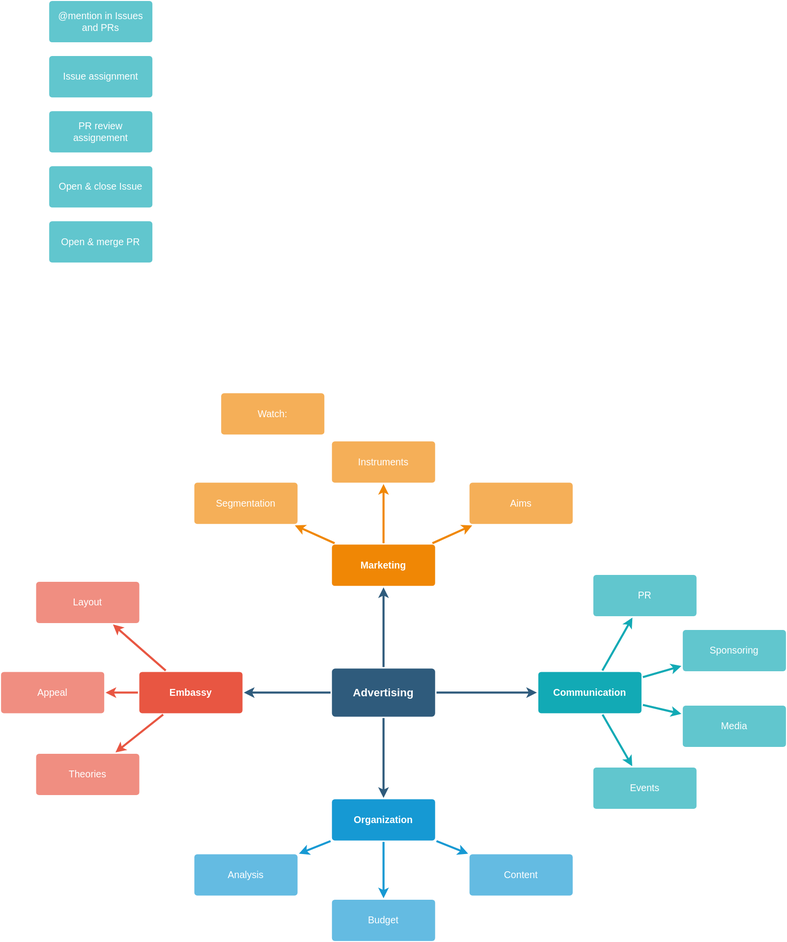
Sage-Bionetworks/sage-monorepo keeps this draw.io diagram as docs/drawio/diagrams/notification-graph.drawio.svg. Above is the earlier version. Source tidied: cells renumbered, new cells last; positions are measured from the earlier drawing's top-left corner, leaving out a move shared by most shapes.
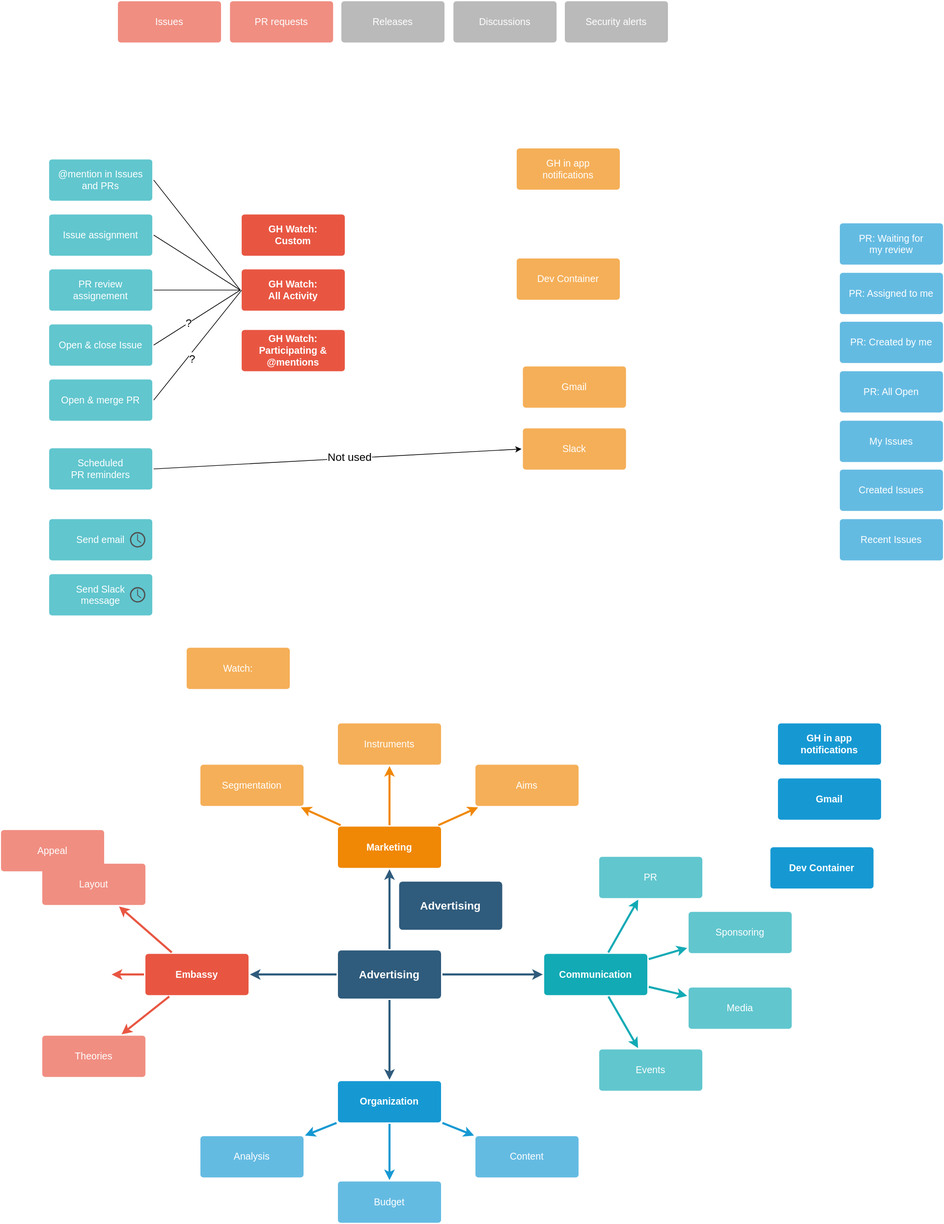
After the change.

Diff of the diagram source:
```diff
@@ -20,8 +20,10 @@
     <mxCell id="7" style="edgeStyle=none;rounded=1;jumpStyle=none;html=1;shadow=0;labelBackgroundColor=none;startArrow=none;startFill=0;jettySize=auto;strokeColor=#E85642;strokeWidth=3;fontFamily=Helvetica;fontSize=14;fontColor=#FFFFFF;spacing=5;fontStyle=1;fillColor=#b0e3e6;" parent="1" edge="1" source="10" target="13">
       <mxGeometry relative="1" as="geometry" />
     </mxCell>
-    <mxCell id="8" style="edgeStyle=none;rounded=1;jumpStyle=none;html=1;shadow=0;labelBackgroundColor=none;startArrow=none;startFill=0;jettySize=auto;strokeColor=#E85642;strokeWidth=3;fontFamily=Helvetica;fontSize=14;fontColor=#FFFFFF;spacing=5;fontStyle=1;fillColor=#b0e3e6;" parent="1" edge="1" source="10" target="12">
-      <mxGeometry relative="1" as="geometry" />
+    <mxCell id="8" style="edgeStyle=none;rounded=1;jumpStyle=none;html=1;shadow=0;labelBackgroundColor=none;startArrow=none;startFill=0;jettySize=auto;strokeColor=#E85642;strokeWidth=3;fontFamily=Helvetica;fontSize=14;fontColor=#FFFFFF;spacing=5;fontStyle=1;fillColor=#b0e3e6;" parent="1" edge="1" source="10">
+      <mxGeometry relative="1" as="geometry">
+        <mxPoint x="152" y="1005" as="targetPoint" />
+      </mxGeometry>
     </mxCell>
     <mxCell id="9" style="edgeStyle=none;rounded=1;jumpStyle=none;html=1;shadow=0;labelBackgroundColor=none;startArrow=none;startFill=0;jettySize=auto;strokeColor=#E85642;strokeWidth=3;fontFamily=Helvetica;fontSize=14;fontColor=#FFFFFF;spacing=5;fontStyle=1;fillColor=#b0e3e6;" parent="1" edge="1" source="10" target="11">
       <mxGeometry relative="1" as="geometry" />
@@ -33,7 +35,7 @@
       <mxGeometry x="51" y="1094" width="150" height="60" as="geometry" />
     </mxCell>
     <mxCell id="12" value="Appeal" style="rounded=1;whiteSpace=wrap;html=1;shadow=0;labelBackgroundColor=none;strokeColor=none;strokeWidth=3;fillColor=#f08e81;fontFamily=Helvetica;fontSize=14;fontColor=#FFFFFF;align=center;spacing=5;fontStyle=0;arcSize=7;perimeterSpacing=2;" parent="1" vertex="1">
-      <mxGeometry y="975" width="150" height="60" as="geometry" />
+      <mxGeometry x="-9" y="795" width="150" height="60" as="geometry" />
     </mxCell>
     <mxCell id="13" value="Layout" style="rounded=1;whiteSpace=wrap;html=1;shadow=0;labelBackgroundColor=none;strokeColor=none;strokeWidth=3;fillColor=#f08e81;fontFamily=Helvetica;fontSize=14;fontColor=#FFFFFF;align=center;spacing=5;fontStyle=0;arcSize=7;perimeterSpacing=2;" parent="1" vertex="1">
       <mxGeometry x="51" y="844" width="150" height="60" as="geometry" />
@@ -107,23 +109,136 @@
     <mxCell id="36" style="edgeStyle=none;rounded=1;jumpStyle=none;html=1;shadow=0;labelBackgroundColor=none;startArrow=none;startFill=0;jettySize=auto;strokeColor=#12AAB5;strokeWidth=3;fontFamily=Helvetica;fontSize=14;fontColor=#FFFFFF;spacing=5;fontStyle=1;fillColor=#b0e3e6;" parent="1" edge="1" source="28" target="35">
       <mxGeometry relative="1" as="geometry" />
     </mxCell>
+    <mxCell id="43" style="edgeStyle=none;rounded=0;jettySize=auto;html=1;exitX=1;exitY=0.5;exitDx=0;exitDy=0;entryX=0;entryY=0.5;entryDx=0;entryDy=0;endArrow=none;endFill=0;" parent="1" edge="1" source="37" target="54">
+      <mxGeometry relative="1" as="geometry" />
+    </mxCell>
     <mxCell id="37" value="@mention in Issues and PRs" style="rounded=1;whiteSpace=wrap;html=1;shadow=0;labelBackgroundColor=none;strokeColor=none;strokeWidth=3;fillColor=#61c6ce;fontFamily=Helvetica;fontSize=14;fontColor=#FFFFFF;align=center;spacing=5;fontStyle=0;arcSize=7;perimeterSpacing=2;" parent="1" vertex="1">
-      <mxGeometry x="70" width="150" height="60" as="geometry" />
+      <mxGeometry x="61" y="-180" width="150" height="60" as="geometry" />
     </mxCell>
+    <mxCell id="44" style="edgeStyle=none;rounded=0;jettySize=auto;html=1;exitX=1;exitY=0.5;exitDx=0;exitDy=0;entryX=0;entryY=0.5;entryDx=0;entryDy=0;endArrow=none;endFill=0;" parent="1" edge="1" source="38" target="54">
+      <mxGeometry relative="1" as="geometry" />
+    </mxCell>
     <mxCell id="38" value="Issue assignment" style="rounded=1;whiteSpace=wrap;html=1;shadow=0;labelBackgroundColor=none;strokeColor=none;strokeWidth=3;fillColor=#61c6ce;fontFamily=Helvetica;fontSize=14;fontColor=#FFFFFF;align=center;spacing=5;fontStyle=0;arcSize=7;perimeterSpacing=2;" parent="1" vertex="1">
-      <mxGeometry x="70" y="80" width="150" height="60" as="geometry" />
+      <mxGeometry x="61" y="-100" width="150" height="60" as="geometry" />
     </mxCell>
+    <mxCell id="45" style="edgeStyle=none;rounded=0;jettySize=auto;html=1;exitX=1;exitY=0.5;exitDx=0;exitDy=0;entryX=0;entryY=0.5;entryDx=0;entryDy=0;endArrow=none;endFill=0;" parent="1" edge="1" source="39" target="54">
+      <mxGeometry relative="1" as="geometry" />
+    </mxCell>
     <mxCell id="39" value="PR review assignement" style="rounded=1;whiteSpace=wrap;html=1;shadow=0;labelBackgroundColor=none;strokeColor=none;strokeWidth=3;fillColor=#61c6ce;fontFamily=Helvetica;fontSize=14;fontColor=#FFFFFF;align=center;spacing=5;fontStyle=0;arcSize=7;perimeterSpacing=2;" parent="1" vertex="1">
-      <mxGeometry x="70" y="160" width="150" height="60" as="geometry" />
+      <mxGeometry x="61" y="-20" width="150" height="60" as="geometry" />
     </mxCell>
+    <mxCell id="46" style="edgeStyle=none;rounded=0;jettySize=auto;html=1;exitX=1;exitY=0.5;exitDx=0;exitDy=0;entryX=0;entryY=0.5;entryDx=0;entryDy=0;endArrow=none;endFill=0;" parent="1" edge="1" source="40" target="54">
+      <mxGeometry relative="1" as="geometry" />
+    </mxCell>
+    <mxCell id="47" value="?" style="edgeLabel;html=1;align=center;verticalAlign=middle;fontSize=16;" parent="46" vertex="1">
+      <mxGeometry x="-0.2" relative="1" as="geometry" />
+    </mxCell>
     <mxCell id="40" value="Open &amp;amp; close Issue" style="rounded=1;whiteSpace=wrap;html=1;shadow=0;labelBackgroundColor=none;strokeColor=none;strokeWidth=3;fillColor=#61c6ce;fontFamily=Helvetica;fontSize=14;fontColor=#FFFFFF;align=center;spacing=5;fontStyle=0;arcSize=7;perimeterSpacing=2;" parent="1" vertex="1">
-      <mxGeometry x="70" y="240" width="150" height="60" as="geometry" />
+      <mxGeometry x="61" y="60" width="150" height="60" as="geometry" />
     </mxCell>
+    <mxCell id="48" style="edgeStyle=none;rounded=0;jettySize=auto;html=1;exitX=1;exitY=0.5;exitDx=0;exitDy=0;endArrow=none;endFill=0;" parent="1" edge="1" source="41">
+      <mxGeometry relative="1" as="geometry">
+        <mxPoint x="341" y="10" as="targetPoint" />
+      </mxGeometry>
+    </mxCell>
+    <mxCell id="49" value="&lt;font style=&quot;font-size: 16px;&quot;&gt;?&lt;/font&gt;" style="edgeLabel;html=1;align=center;verticalAlign=middle;" parent="48" vertex="1">
+      <mxGeometry x="-0.2" y="-5" relative="1" as="geometry" />
+    </mxCell>
     <mxCell id="41" value="Open &amp;amp; merge PR" style="rounded=1;whiteSpace=wrap;html=1;shadow=0;labelBackgroundColor=none;strokeColor=none;strokeWidth=3;fillColor=#61c6ce;fontFamily=Helvetica;fontSize=14;fontColor=#FFFFFF;align=center;spacing=5;fontStyle=0;arcSize=7;perimeterSpacing=2;" parent="1" vertex="1">
-      <mxGeometry x="70" y="320" width="150" height="60" as="geometry" />
+      <mxGeometry x="61" y="140" width="150" height="60" as="geometry" />
     </mxCell>
     <mxCell id="42" value="Watch: " style="rounded=1;whiteSpace=wrap;html=1;shadow=0;labelBackgroundColor=none;strokeColor=none;strokeWidth=3;fillColor=#f5af58;fontFamily=Helvetica;fontSize=14;fontColor=#FFFFFF;align=center;spacing=5;arcSize=7;perimeterSpacing=2;" parent="1" vertex="1">
-      <mxGeometry x="320" y="570" width="150" height="60" as="geometry" />
+      <mxGeometry x="261" y="530" width="150" height="60" as="geometry" />
     </mxCell>
+    <mxCell id="50" value="GH in app&lt;br&gt;notifications" style="rounded=1;whiteSpace=wrap;html=1;shadow=0;labelBackgroundColor=none;strokeColor=none;strokeWidth=3;fillColor=#f5af58;fontFamily=Helvetica;fontSize=14;fontColor=#FFFFFF;align=center;spacing=5;arcSize=7;perimeterSpacing=2;" parent="1" vertex="1">
+      <mxGeometry x="741" y="-196" width="150" height="60" as="geometry" />
+    </mxCell>
+    <mxCell id="51" value="Gmail" style="rounded=1;whiteSpace=wrap;html=1;shadow=0;labelBackgroundColor=none;strokeColor=none;strokeWidth=3;fillColor=#f5af58;fontFamily=Helvetica;fontSize=14;fontColor=#FFFFFF;align=center;spacing=5;arcSize=7;perimeterSpacing=2;" parent="1" vertex="1">
+      <mxGeometry x="750" y="121" width="150" height="60" as="geometry" />
+    </mxCell>
+    <mxCell id="52" value="Dev Container" style="rounded=1;whiteSpace=wrap;html=1;shadow=0;labelBackgroundColor=none;strokeColor=none;strokeWidth=3;fillColor=#f5af58;fontFamily=Helvetica;fontSize=14;fontColor=#FFFFFF;align=center;spacing=5;arcSize=7;perimeterSpacing=2;" parent="1" vertex="1">
+      <mxGeometry x="741" y="-36" width="150" height="60" as="geometry" />
+    </mxCell>
+    <mxCell id="53" value="Advertising" style="rounded=1;whiteSpace=wrap;html=1;shadow=0;labelBackgroundColor=none;strokeColor=none;strokeWidth=3;fillColor=#2F5B7C;fontFamily=Helvetica;fontSize=16;fontColor=#FFFFFF;align=center;fontStyle=1;spacing=5;arcSize=7;perimeterSpacing=2;" parent="1" vertex="1">
+      <mxGeometry x="570" y="870" width="150" height="70" as="geometry" />
+    </mxCell>
+    <mxCell id="54" value="GH Watch:&lt;br&gt;All Activity" style="rounded=1;whiteSpace=wrap;html=1;shadow=0;labelBackgroundColor=none;strokeColor=none;strokeWidth=3;fillColor=#e85642;fontFamily=Helvetica;fontSize=14;fontColor=#FFFFFF;align=center;spacing=5;fontStyle=1;arcSize=7;perimeterSpacing=2;" parent="1" vertex="1">
+      <mxGeometry x="341" y="-20" width="150" height="60" as="geometry" />
+    </mxCell>
+    <mxCell id="55" value="Dev Container" style="rounded=1;whiteSpace=wrap;html=1;shadow=0;labelBackgroundColor=none;strokeColor=none;strokeWidth=3;fillColor=#1699d3;fontFamily=Helvetica;fontSize=14;fontColor=#FFFFFF;align=center;spacing=5;fontStyle=1;arcSize=7;perimeterSpacing=2;" parent="1" vertex="1">
+      <mxGeometry x="1110" y="820" width="150" height="60" as="geometry" />
+    </mxCell>
+    <mxCell id="56" value="My Issues" style="rounded=1;whiteSpace=wrap;html=1;shadow=0;labelBackgroundColor=none;strokeColor=none;strokeWidth=3;fillColor=#64bbe2;fontFamily=Helvetica;fontSize=14;fontColor=#FFFFFF;align=center;spacing=5;arcSize=7;perimeterSpacing=2;" parent="1" vertex="1">
+      <mxGeometry x="1211" y="200" width="150" height="60" as="geometry" />
+    </mxCell>
+    <mxCell id="57" value="Created Issues" style="rounded=1;whiteSpace=wrap;html=1;shadow=0;labelBackgroundColor=none;strokeColor=none;strokeWidth=3;fillColor=#64bbe2;fontFamily=Helvetica;fontSize=14;fontColor=#FFFFFF;align=center;spacing=5;arcSize=7;perimeterSpacing=2;" parent="1" vertex="1">
+      <mxGeometry x="1211" y="271" width="150" height="60" as="geometry" />
+    </mxCell>
+    <mxCell id="58" value="Recent Issues" style="rounded=1;whiteSpace=wrap;html=1;shadow=0;labelBackgroundColor=none;strokeColor=none;strokeWidth=3;fillColor=#64bbe2;fontFamily=Helvetica;fontSize=14;fontColor=#FFFFFF;align=center;spacing=5;arcSize=7;perimeterSpacing=2;" parent="1" vertex="1">
+      <mxGeometry x="1211" y="343" width="150" height="60" as="geometry" />
+    </mxCell>
+    <mxCell id="59" value="PR: Assigned to me" style="rounded=1;whiteSpace=wrap;html=1;shadow=0;labelBackgroundColor=none;strokeColor=none;strokeWidth=3;fillColor=#64bbe2;fontFamily=Helvetica;fontSize=14;fontColor=#FFFFFF;align=center;spacing=5;arcSize=7;perimeterSpacing=2;" parent="1" vertex="1">
+      <mxGeometry x="1211" y="-15" width="150" height="60" as="geometry" />
+    </mxCell>
+    <mxCell id="60" value="PR: Created by me" style="rounded=1;whiteSpace=wrap;html=1;shadow=0;labelBackgroundColor=none;strokeColor=none;strokeWidth=3;fillColor=#64bbe2;fontFamily=Helvetica;fontSize=14;fontColor=#FFFFFF;align=center;spacing=5;arcSize=7;perimeterSpacing=2;" parent="1" vertex="1">
+      <mxGeometry x="1211" y="56" width="150" height="60" as="geometry" />
+    </mxCell>
+    <mxCell id="61" value="PR: Waiting for&lt;br&gt;my review" style="rounded=1;whiteSpace=wrap;html=1;shadow=0;labelBackgroundColor=none;strokeColor=none;strokeWidth=3;fillColor=#64bbe2;fontFamily=Helvetica;fontSize=14;fontColor=#FFFFFF;align=center;spacing=5;arcSize=7;perimeterSpacing=2;" parent="1" vertex="1">
+      <mxGeometry x="1211" y="-87" width="150" height="60" as="geometry" />
+    </mxCell>
+    <mxCell id="62" value="PR: All Open" style="rounded=1;whiteSpace=wrap;html=1;shadow=0;labelBackgroundColor=none;strokeColor=none;strokeWidth=3;fillColor=#64bbe2;fontFamily=Helvetica;fontSize=14;fontColor=#FFFFFF;align=center;spacing=5;arcSize=7;perimeterSpacing=2;" parent="1" vertex="1">
+      <mxGeometry x="1211" y="128" width="150" height="60" as="geometry" />
+    </mxCell>
+    <mxCell id="63" value="Gmail" style="rounded=1;whiteSpace=wrap;html=1;shadow=0;labelBackgroundColor=none;strokeColor=none;strokeWidth=3;fillColor=#1699d3;fontFamily=Helvetica;fontSize=14;fontColor=#FFFFFF;align=center;spacing=5;fontStyle=1;arcSize=7;perimeterSpacing=2;" parent="1" vertex="1">
+      <mxGeometry x="1121" y="720" width="150" height="60" as="geometry" />
+    </mxCell>
+    <mxCell id="64" value="GH in app&lt;br&gt;notifications" style="rounded=1;whiteSpace=wrap;html=1;shadow=0;labelBackgroundColor=none;strokeColor=none;strokeWidth=3;fillColor=#1699d3;fontFamily=Helvetica;fontSize=14;fontColor=#FFFFFF;align=center;spacing=5;fontStyle=1;arcSize=7;perimeterSpacing=2;" parent="1" vertex="1">
+      <mxGeometry x="1121" y="640" width="150" height="60" as="geometry" />
+    </mxCell>
+    <mxCell id="65" value="GH Watch:&lt;br&gt;Participating &amp;amp; @mentions" style="rounded=1;whiteSpace=wrap;html=1;shadow=0;labelBackgroundColor=none;strokeColor=none;strokeWidth=3;fillColor=#e85642;fontFamily=Helvetica;fontSize=14;fontColor=#FFFFFF;align=center;spacing=5;fontStyle=1;arcSize=7;perimeterSpacing=2;" parent="1" vertex="1">
+      <mxGeometry x="341" y="68" width="150" height="60" as="geometry" />
+    </mxCell>
+    <mxCell id="66" value="Issues" style="rounded=1;whiteSpace=wrap;html=1;shadow=0;labelBackgroundColor=none;strokeColor=none;strokeWidth=3;fillColor=#f08e81;fontFamily=Helvetica;fontSize=14;fontColor=#FFFFFF;align=center;spacing=5;fontStyle=0;arcSize=7;perimeterSpacing=2;" parent="1" vertex="1">
+      <mxGeometry x="161" y="-410" width="150" height="60" as="geometry" />
+    </mxCell>
+    <mxCell id="67" value="GH Watch:&lt;br&gt;Custom" style="rounded=1;whiteSpace=wrap;html=1;shadow=0;labelBackgroundColor=none;strokeColor=none;strokeWidth=3;fillColor=#e85642;fontFamily=Helvetica;fontSize=14;fontColor=#FFFFFF;align=center;spacing=5;fontStyle=1;arcSize=7;perimeterSpacing=2;" parent="1" vertex="1">
+      <mxGeometry x="341" y="-100" width="150" height="60" as="geometry" />
+    </mxCell>
+    <mxCell id="68" value="PR requests" style="rounded=1;whiteSpace=wrap;html=1;shadow=0;labelBackgroundColor=none;strokeColor=none;strokeWidth=3;fillColor=#f08e81;fontFamily=Helvetica;fontSize=14;fontColor=#FFFFFF;align=center;spacing=5;fontStyle=0;arcSize=7;perimeterSpacing=2;" parent="1" vertex="1">
+      <mxGeometry x="324" y="-410" width="150" height="60" as="geometry" />
+    </mxCell>
+    <mxCell id="69" value="Releases" style="rounded=1;whiteSpace=wrap;html=1;shadow=0;labelBackgroundColor=none;strokeColor=none;strokeWidth=3;fillColor=#BABABA;fontFamily=Helvetica;fontSize=14;fontColor=#FFFFFF;align=center;spacing=5;fontStyle=0;arcSize=7;perimeterSpacing=2;" parent="1" vertex="1">
+      <mxGeometry x="486" y="-410" width="150" height="60" as="geometry" />
+    </mxCell>
+    <mxCell id="70" value="Discussions" style="rounded=1;whiteSpace=wrap;html=1;shadow=0;labelBackgroundColor=none;strokeColor=none;strokeWidth=3;fillColor=#BABABA;fontFamily=Helvetica;fontSize=14;fontColor=#FFFFFF;align=center;spacing=5;fontStyle=0;arcSize=7;perimeterSpacing=2;" parent="1" vertex="1">
+      <mxGeometry x="649" y="-410" width="150" height="60" as="geometry" />
+    </mxCell>
+    <mxCell id="71" value="Security alerts" style="rounded=1;whiteSpace=wrap;html=1;shadow=0;labelBackgroundColor=none;strokeColor=none;strokeWidth=3;fillColor=#BABABA;fontFamily=Helvetica;fontSize=14;fontColor=#FFFFFF;align=center;spacing=5;fontStyle=0;arcSize=7;perimeterSpacing=2;" parent="1" vertex="1">
+      <mxGeometry x="811" y="-410" width="150" height="60" as="geometry" />
+    </mxCell>
+    <mxCell id="72" value="Send email" style="rounded=1;whiteSpace=wrap;html=1;shadow=0;labelBackgroundColor=none;strokeColor=none;strokeWidth=3;fillColor=#61c6ce;fontFamily=Helvetica;fontSize=14;fontColor=#FFFFFF;align=center;spacing=5;fontStyle=0;arcSize=7;perimeterSpacing=2;" parent="1" vertex="1">
+      <mxGeometry x="61" y="343" width="150" height="60" as="geometry" />
+    </mxCell>
+    <mxCell id="73" value="Send Slack&lt;br&gt;message" style="rounded=1;whiteSpace=wrap;html=1;shadow=0;labelBackgroundColor=none;strokeColor=none;strokeWidth=3;fillColor=#61c6ce;fontFamily=Helvetica;fontSize=14;fontColor=#FFFFFF;align=center;spacing=5;fontStyle=0;arcSize=7;perimeterSpacing=2;" parent="1" vertex="1">
+      <mxGeometry x="61" y="423" width="150" height="60" as="geometry" />
+    </mxCell>
+    <mxCell id="74" value="Slack" style="rounded=1;whiteSpace=wrap;html=1;shadow=0;labelBackgroundColor=none;strokeColor=none;strokeWidth=3;fillColor=#f5af58;fontFamily=Helvetica;fontSize=14;fontColor=#FFFFFF;align=center;spacing=5;arcSize=7;perimeterSpacing=2;" parent="1" vertex="1">
+      <mxGeometry x="750" y="211" width="150" height="60" as="geometry" />
+    </mxCell>
+    <mxCell id="75" style="sketch=0;shadow=0;dashed=0;html=1;strokeColor=none;fillColor=#505050;labelPosition=center;verticalLabelPosition=bottom;verticalAlign=top;align=center;shape=mxgraph.office.concepts.clock;" parent="1" vertex="1">
+      <mxGeometry x="178.5" y="361.8" width="22.5" height="22.5" as="geometry" />
+    </mxCell>
+    <mxCell id="76" style="sketch=0;shadow=0;dashed=0;html=1;strokeColor=none;fillColor=#505050;labelPosition=center;verticalLabelPosition=bottom;verticalAlign=top;align=center;shape=mxgraph.office.concepts.clock;" parent="1" vertex="1">
+      <mxGeometry x="178.5" y="441.8" width="22.5" height="22.5" as="geometry" />
+    </mxCell>
+    <mxCell id="77" style="edgeStyle=none;rounded=0;jettySize=auto;html=1;exitX=1;exitY=0.5;exitDx=0;exitDy=0;entryX=0;entryY=0.5;entryDx=0;entryDy=0;fontSize=16;endArrow=classic;endFill=1;" parent="1" edge="1" source="79" target="74">
+      <mxGeometry relative="1" as="geometry" />
+    </mxCell>
+    <mxCell id="78" value="Not used" style="edgeLabel;html=1;align=center;verticalAlign=middle;fontSize=16;" parent="77" vertex="1">
+      <mxGeometry x="0.06" y="2" relative="1" as="geometry" />
+    </mxCell>
+    <mxCell id="79" value="Scheduled&lt;br&gt;PR reminders" style="rounded=1;whiteSpace=wrap;html=1;shadow=0;labelBackgroundColor=none;strokeColor=none;strokeWidth=3;fillColor=#61c6ce;fontFamily=Helvetica;fontSize=14;fontColor=#FFFFFF;align=center;spacing=5;fontStyle=0;arcSize=7;perimeterSpacing=2;" parent="1" vertex="1">
+      <mxGeometry x="61" y="240" width="150" height="60" as="geometry" />
+    </mxCell>
   </root>
 </mxGraphModel>
```
